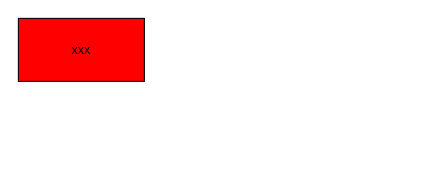
The draw.io diagram test.drawio in saga/architecture-diagram-studio, before the edit. Source tidied: cells renumbered, new cells numbered last; positions are measured from the earlier drawing's top-left corner, leaving out a move shared by most shapes. Both pictures are drawn from the tidied source at 105%, with x=0, y=0 at pixel (18, 18).
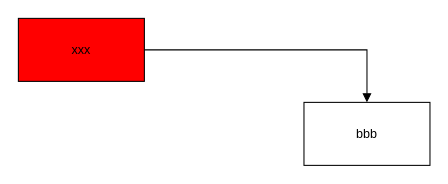
Above is the later version.

Diff of the diagram source:
```diff
@@
 <mxGraphModel>
   <root>
     <mxCell id="0" />
     <mxCell id="1" parent="0" />
     <mxCell id="2" value="xxx" style="whiteSpace=wrap;html=1;fillColor=#ff0000;" parent="1" vertex="1">
       <mxGeometry width="120" height="60" as="geometry" />
     </mxCell>
+    <mxCell id="3" value="bbb" style="rounded=0;whiteSpace=wrap;html=1;" parent="1" vertex="1">
+      <mxGeometry x="272" y="80" width="120" height="60" as="geometry" />
+    </mxCell>
+    <mxCell id="4" style="edgeStyle=orthogonalEdgeStyle;rounded=0;jettySize=auto;html=1;endArrow=block;endFill=1;" parent="1" edge="1" source="2" target="3">
+      <mxGeometry relative="1" as="geometry" />
+    </mxCell>
   </root>
 </mxGraphModel>
```
